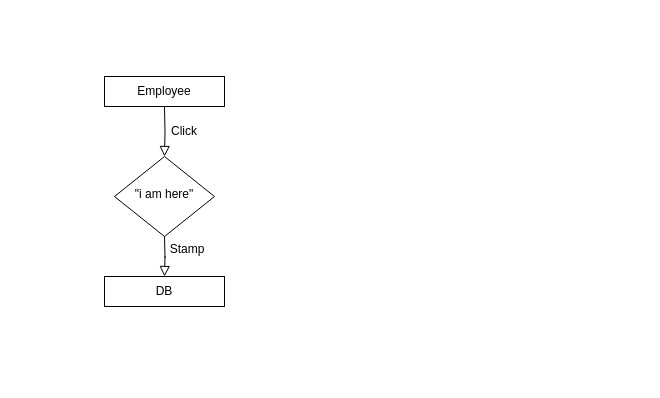
The draw.io diagram FlowchartDay4.drawio in AmirAini/BackEndDay1, before the edit. Source tidied: cells renumbered, new cells numbered last; positions are measured from the earlier drawing's top-left corner, leaving out a move shared by most shapes. Both pictures are drawn from the tidied source at 100%, with x=0, y=0 at pixel (104, 76).
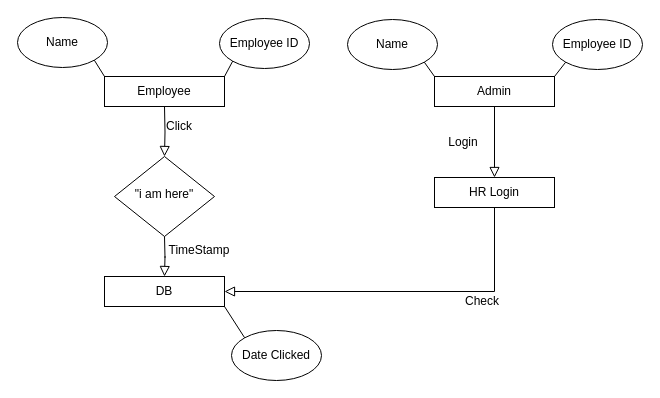
The same diagram, later.

The change refers to these unchanged cells:
```xml
<mxCell id="7" value="Employee" style="rounded=0;whiteSpace=wrap;html=1;" parent="1" vertex="1">
  <mxGeometry width="120" height="30" as="geometry" />
</mxCell>
<mxCell id="8" value="DB" style="rounded=0;whiteSpace=wrap;html=1;" parent="1" vertex="1">
  <mxGeometry y="200" width="120" height="30" as="geometry" />
</mxCell>
```

Change to the diagram source:
```diff
@@
     <mxCell id="5" value="Click" style="text;html=1;strokeColor=none;fillColor=none;align=center;verticalAlign=middle;whiteSpace=wrap;rounded=0;" parent="1" vertex="1">
-      <mxGeometry x="50" y="40" width="60" height="30" as="geometry" />
+      <mxGeometry x="45" y="35" width="60" height="30" as="geometry" />
     </mxCell>
-    <mxCell id="6" value="Stamp" style="text;html=1;strokeColor=none;fillColor=none;align=center;verticalAlign=middle;whiteSpace=wrap;rounded=0;" parent="1" vertex="1">
-      <mxGeometry x="53" y="158" width="60" height="30" as="geometry" />
+    <mxCell id="6" value="TimeStamp" style="text;html=1;strokeColor=none;fillColor=none;align=center;verticalAlign=middle;whiteSpace=wrap;rounded=0;" parent="1" vertex="1">
+      <mxGeometry x="65" y="159" width="60" height="30" as="geometry" />
     </mxCell>
@@
+    <mxCell id="9" value="Admin" style="rounded=0;whiteSpace=wrap;html=1;" parent="1" vertex="1">
+      <mxGeometry x="330" width="120" height="30" as="geometry" />
+    </mxCell>
+    <mxCell id="10" style="rounded=0;html=1;jettySize=auto;fontSize=11;endArrow=block;endFill=0;endSize=8;strokeWidth=1;shadow=0;labelBackgroundColor=none;edgeStyle=orthogonalEdgeStyle;entryX=0.5;entryY=0;entryDx=0;entryDy=0;exitX=0.5;exitY=1;exitDx=0;exitDy=0;" parent="1" edge="1" source="9" target="16">
+      <mxGeometry relative="1" as="geometry" />
+    </mxCell>
+    <mxCell id="11" style="rounded=0;html=1;jettySize=auto;fontSize=11;endArrow=block;endFill=0;endSize=8;strokeWidth=1;shadow=0;labelBackgroundColor=none;edgeStyle=orthogonalEdgeStyle;exitX=0.5;exitY=1;exitDx=0;exitDy=0;entryX=1;entryY=0.5;entryDx=0;entryDy=0;" parent="1" edge="1" source="16" target="8">
+      <mxGeometry relative="1" as="geometry" />
+    </mxCell>
+    <mxCell id="12" value="Login" style="text;html=1;strokeColor=none;fillColor=none;align=center;verticalAlign=middle;whiteSpace=wrap;rounded=0;" parent="1" vertex="1">
+      <mxGeometry x="329" y="51" width="60" height="30" as="geometry" />
+    </mxCell>
+    <mxCell id="13" value="Check" style="text;html=1;strokeColor=none;fillColor=none;align=center;verticalAlign=middle;whiteSpace=wrap;rounded=0;" parent="1" vertex="1">
+      <mxGeometry x="348" y="210" width="60" height="30" as="geometry" />
+    </mxCell>
+    <mxCell id="14" style="endArrow=none;html=1;rounded=0;entryX=1;entryY=1;entryDx=0;entryDy=0;exitX=0;exitY=0;exitDx=0;exitDy=0;" parent="1" edge="1" source="24" target="8">
+      <mxGeometry relative="1" as="geometry" />
+    </mxCell>
+    <mxCell id="15" value="Employee ID" style="ellipse;whiteSpace=wrap;html=1;" parent="1" vertex="1">
+      <mxGeometry x="448" y="-57" width="90" height="50" as="geometry" />
+    </mxCell>
+    <mxCell id="16" value="HR Login" style="rounded=0;whiteSpace=wrap;html=1;" parent="1" vertex="1">
+      <mxGeometry x="330" y="101" width="120" height="30" as="geometry" />
+    </mxCell>
+    <mxCell id="17" style="endArrow=none;html=1;rounded=0;entryX=1;entryY=0;entryDx=0;entryDy=0;exitX=0;exitY=1;exitDx=0;exitDy=0;" parent="1" edge="1" source="15" target="9">
+      <mxGeometry relative="1" as="geometry" />
+    </mxCell>
+    <mxCell id="18" value="Name" style="ellipse;whiteSpace=wrap;html=1;" parent="1" vertex="1">
+      <mxGeometry x="243" y="-57" width="90" height="50" as="geometry" />
+    </mxCell>
+    <mxCell id="19" style="endArrow=none;html=1;rounded=0;entryX=0;entryY=0;entryDx=0;entryDy=0;exitX=1;exitY=1;exitDx=0;exitDy=0;" parent="1" edge="1" source="18" target="9">
+      <mxGeometry relative="1" as="geometry" />
+    </mxCell>
+    <mxCell id="20" value="Name" style="ellipse;whiteSpace=wrap;html=1;" parent="1" vertex="1">
+      <mxGeometry x="-87" y="-59" width="90" height="50" as="geometry" />
+    </mxCell>
+    <mxCell id="21" value="Employee ID" style="ellipse;whiteSpace=wrap;html=1;" parent="1" vertex="1">
+      <mxGeometry x="115" y="-58" width="90" height="50" as="geometry" />
+    </mxCell>
+    <mxCell id="22" style="endArrow=none;html=1;rounded=0;entryX=1;entryY=0;entryDx=0;entryDy=0;exitX=0;exitY=1;exitDx=0;exitDy=0;" parent="1" edge="1" source="21" target="7">
+      <mxGeometry relative="1" as="geometry" />
+    </mxCell>
+    <mxCell id="23" style="endArrow=none;html=1;rounded=0;entryX=0;entryY=0;entryDx=0;entryDy=0;exitX=1;exitY=1;exitDx=0;exitDy=0;" parent="1" edge="1" source="20" target="7">
+      <mxGeometry relative="1" as="geometry" />
+    </mxCell>
+    <mxCell id="24" value="Date Clicked" style="ellipse;whiteSpace=wrap;html=1;" parent="1" vertex="1">
+      <mxGeometry x="127" y="254" width="90" height="50" as="geometry" />
+    </mxCell>
```
